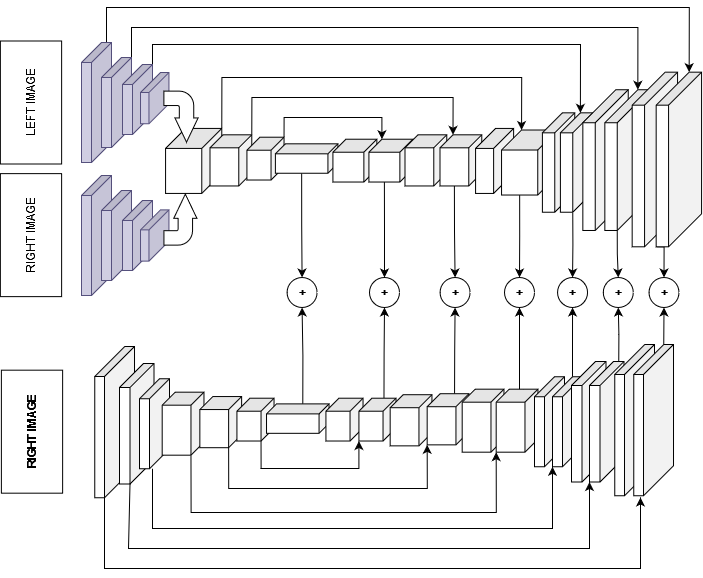
Earlier version of the draw.io export test.png (APVGITHUB/stereo-fpga). Source tidied: cells renumbered, new cells last; positions are measured from the earlier drawing's top-left corner, leaving out a move shared by most shapes.
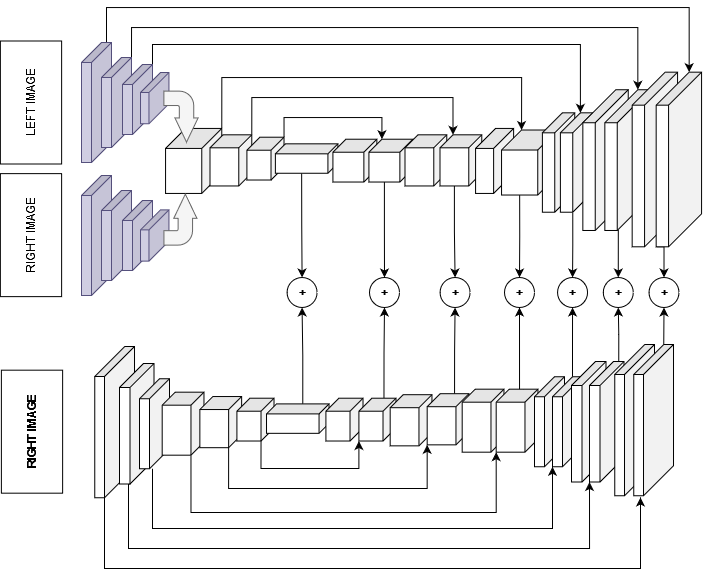
After the commit.

The edit, as a diff of the source:
```diff
@@ -62,10 +62,10 @@
     <mxCell id="16" style="shape=cube;whiteSpace=wrap;html=1;boundedLbl=1;backgroundOutline=1;darkOpacity=0.05;darkOpacity2=0.1;rotation=90;" parent="1" vertex="1">
       <mxGeometry x="191.7" y="125.3" width="65" height="56.2" as="geometry" />
     </mxCell>
-    <mxCell id="17" style="html=1;shadow=0;dashed=0;align=center;verticalAlign=middle;shape=mxgraph.arrows2.bendArrow;dy=7.21;dx=24.16;notch=0;arrowHead=23.15;rounded=1;rotation=90;" parent="1" vertex="1">
+    <mxCell id="17" style="html=1;shadow=0;dashed=0;align=center;verticalAlign=middle;shape=mxgraph.arrows2.bendArrow;dy=7.21;dx=24.16;notch=0;arrowHead=23.15;rounded=1;rotation=90;fillColor=#f5f5f5;strokeColor=#666666;fontColor=#333333;" parent="1" vertex="1">
       <mxGeometry x="186" y="92" width="51" height="34.2" as="geometry" />
     </mxCell>
-    <mxCell id="18" style="html=1;shadow=0;dashed=0;align=center;verticalAlign=middle;shape=mxgraph.arrows2.bendArrow;dy=7.21;dx=24.16;notch=0;arrowHead=23.15;rounded=1;rotation=-90;flipV=1;" parent="1" vertex="1">
+    <mxCell id="18" style="html=1;shadow=0;dashed=0;align=center;verticalAlign=middle;shape=mxgraph.arrows2.bendArrow;dy=7.21;dx=24.16;notch=0;arrowHead=23.15;rounded=1;rotation=-90;flipV=1;fillColor=#f5f5f5;strokeColor=#666666;fontColor=#333333;" parent="1" vertex="1">
       <mxGeometry x="185.4" y="195.6" width="51" height="33" as="geometry" />
     </mxCell>
     <mxCell id="19" style="edgeStyle=orthogonalEdgeStyle;rounded=0;jettySize=auto;html=1;exitX=0;exitY=0;exitDx=0;exitDy=0;exitPerimeter=0;entryX=0;entryY=0;entryDx=0;entryDy=28.78;entryPerimeter=0;" parent="1" edge="1" source="20" target="30">
@@ -136,7 +136,11 @@
       <mxGeometry x="565.7" y="129.9" width="140.7" height="45.4" as="geometry" />
     </mxCell>
     <mxCell id="38" style="edgeStyle=orthogonalEdgeStyle;rounded=0;jettySize=auto;html=1;exitX=0;exitY=0;exitDx=140.74;exitDy=33;exitPerimeter=0;entryX=0.5;entryY=0;entryDx=0;entryDy=0;" parent="1" edge="1" source="39" target="81">
-      <mxGeometry relative="1" as="geometry" />
+      <mxGeometry relative="1" as="geometry">
+        <Array as="points">
+          <mxPoint x="649" y="223" />
+        </Array>
+      </mxGeometry>
     </mxCell>
     <mxCell id="39" style="shape=cube;whiteSpace=wrap;html=1;boundedLbl=1;backgroundOutline=1;darkOpacity=0.05;darkOpacity2=0.1;rotation=90;size=33;" parent="1" vertex="1">
       <mxGeometry x="587.7" y="129.9" width="140.7" height="45.4" as="geometry" />
```
